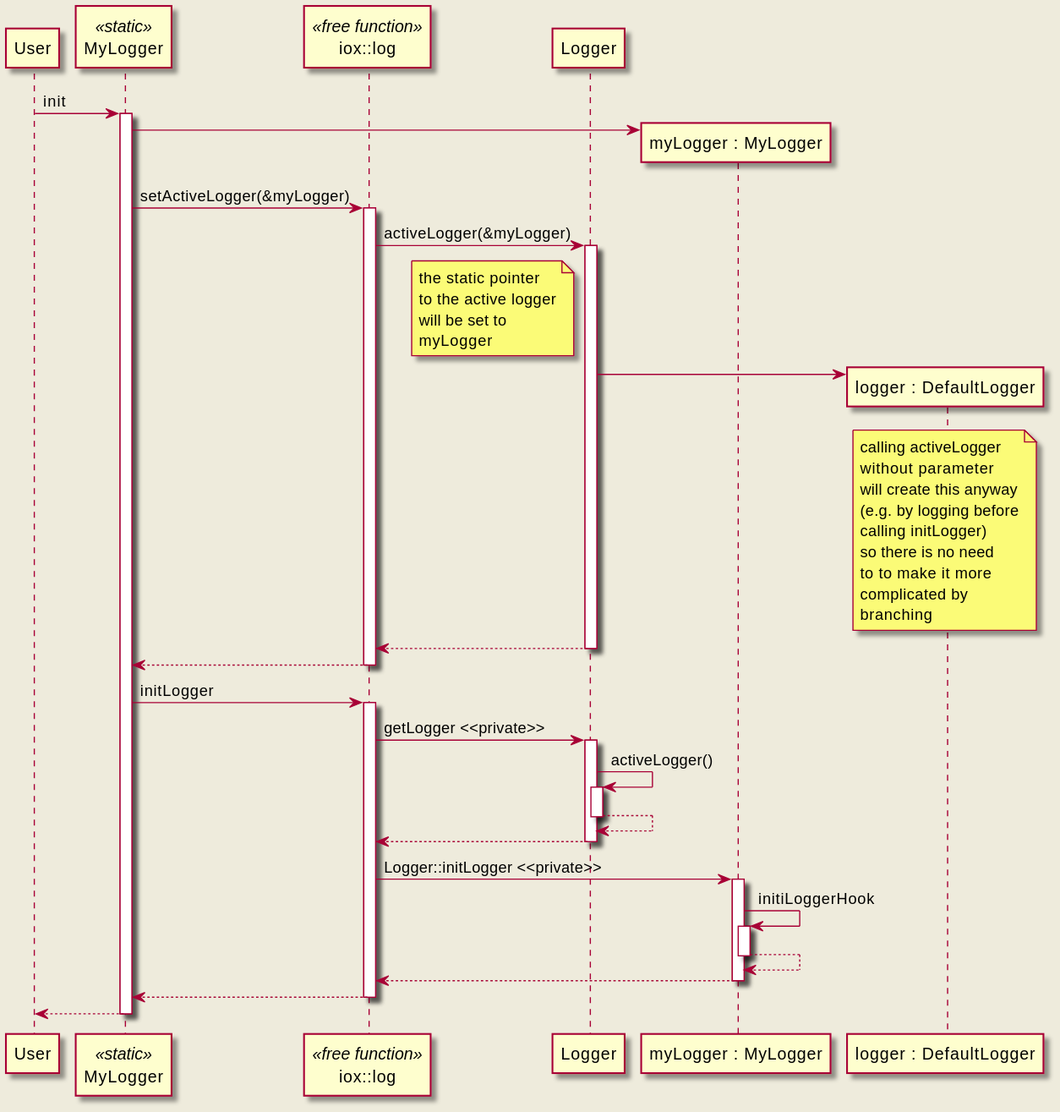
Before: doc/website/images/logger_runtime_replacement.svg, a diagram exported from PlantUML (eclipse-iceoryx/iceoryx). Its source is kept beside it as doc/design/diagrams/logging/logger_runtime_replacement.puml.
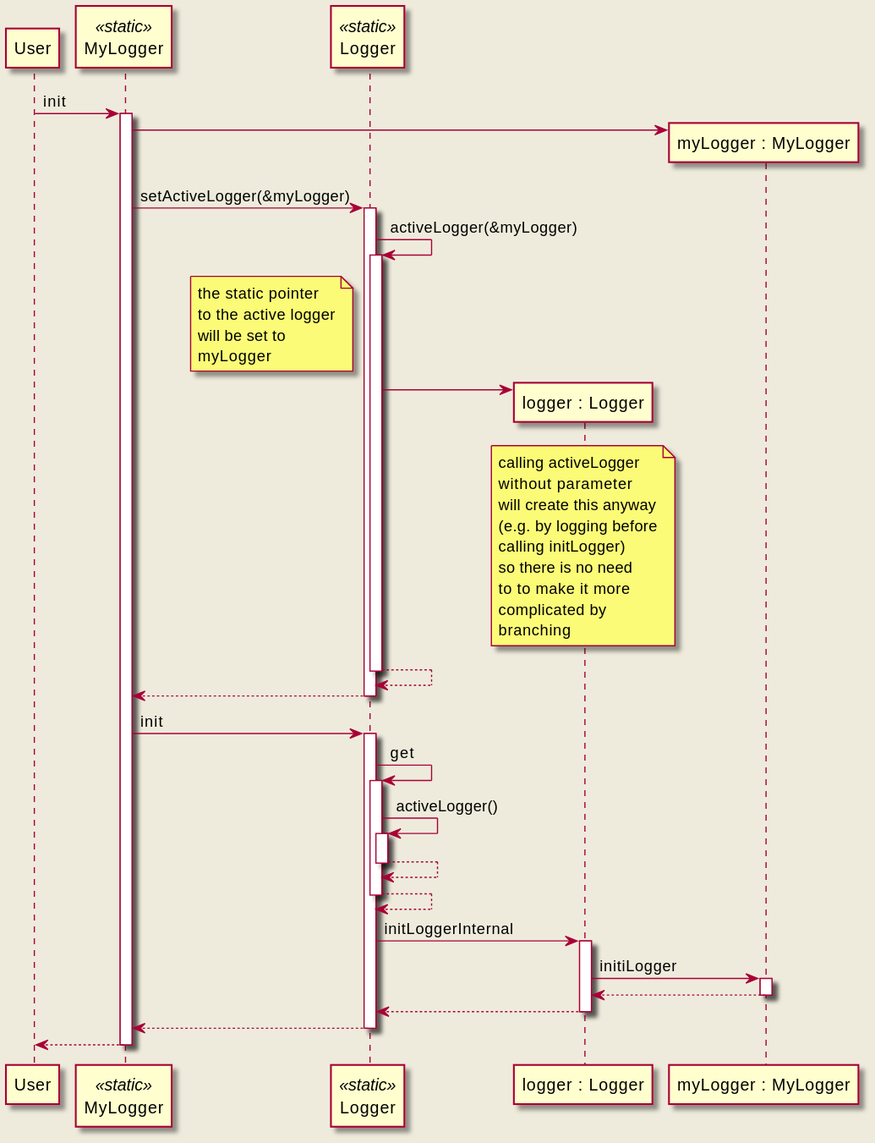
The same diagram one commit later.

Commit message:
iox-#1345 Update logger design

The edit, as a diff of the source:
```diff
@@ -2,15 +2,14 @@
 
 participant User
 participant MyLogger << static >>
-participant "iox::log" as logFreeFunction << free function >>
-participant Logger
+participant Logger << static >>
+participant "logger : Logger" as loggerInstance
 participant "myLogger : MyLogger" as myLoggerInstance
-participant "logger : DefaultLogger" as DefaultLogger
 
 User -> MyLogger ++ : init
 MyLogger -> myLoggerInstance **
-MyLogger -> logFreeFunction ++ : setActiveLogger(&myLogger)
-logFreeFunction -> Logger ++ : activeLogger(&myLogger)
+MyLogger -> Logger ++ : setActiveLogger(&myLogger)
+Logger -> Logger ++ : activeLogger(&myLogger)
 note left Logger
   the static pointer
   to the active logger
@@ -18,8 +17,8 @@
   myLogger
 end note
 
-Logger -> DefaultLogger **
-note over DefaultLogger
+Logger -> loggerInstance **
+note over loggerInstance
   calling activeLogger
   without parameter
   will create this anyway
@@ -34,13 +33,13 @@
 return
 return
 
-MyLogger -> logFreeFunction ++ : initLogger
-logFreeFunction -> Logger ++ : getLogger <<private>>
+MyLogger -> Logger ++ : init
+Logger -> Logger ++ : get
 Logger -> Logger ++ : activeLogger()
 return
 return
-logFreeFunction -> myLoggerInstance ++ : Logger::initLogger <<private>>
-myLoggerInstance -> myLoggerInstance ++ : initiLoggerHook
+Logger -> loggerInstance ++ : initLoggerInternal
+loggerInstance -> myLoggerInstance ++ : initiLogger
 return
 return
 return
```
